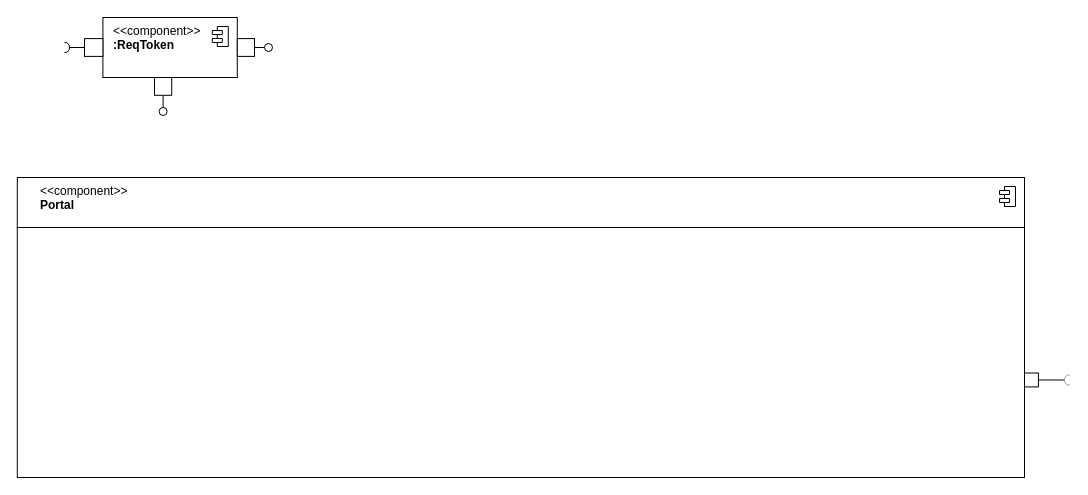
The draw.io diagram JYJ-原子构件-Token.drawio in WFUing/GRADUATION, before the edit. Source tidied: cells renumbered, new cells numbered last; positions are measured from the earlier drawing's top-left corner, leaving out a move shared by most shapes. Both pictures are drawn from the tidied source at 100%, with x=0, y=0 at pixel (17, 17).
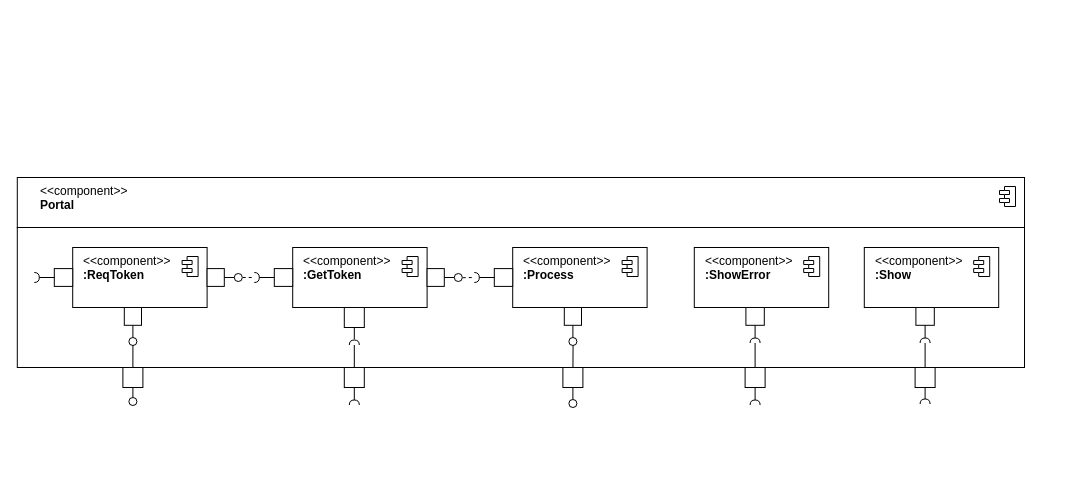
The same page after the edit.

Commit message (it also covers changes not shown here):
更新JYJ-原子构件-Token.drawio

Change to the diagram source:
```diff
@@
-    <mxCell id="2" style="html=1;rounded=0;" parent="1" vertex="1">
-      <mxGeometry x="1007" y="355.5" width="13.9" height="13.9" as="geometry" />
-    </mxCell>
-    <mxCell id="3" style="endArrow=none;html=1;rounded=0;align=center;verticalAlign=top;endFill=0;labelBackgroundColor=none;endSize=2;" parent="1" edge="1" source="2" target="5">
-      <mxGeometry relative="1" as="geometry" />
-    </mxCell>
-    <mxCell id="4" style="edgeStyle=orthogonalEdgeStyle;rounded=0;jettySize=auto;html=1;labelBackgroundColor=none;endArrow=none;endFill=0;" parent="1" edge="1" target="2">
+    <mxCell id="4" style="edgeStyle=orthogonalEdgeStyle;rounded=0;orthogonalLoop=1;jettySize=auto;html=1;labelBackgroundColor=none;endArrow=none;endFill=0;" parent="1" edge="1">
       <mxGeometry relative="1" as="geometry">
-        <mxPoint x="622.8" y="343" as="sourcePoint" />
+        <mxPoint x="612.6" y="313" as="sourcePoint" />
+        <mxPoint x="996.8" y="332" as="targetPoint" />
         <Array as="points">
-          <mxPoint x="937" y="343" />
-          <mxPoint x="937" y="362" />
+          <mxPoint x="926.8" y="313" />
+          <mxPoint x="926.8" y="332" />
         </Array>
       </mxGeometry>
     </mxCell>
-    <mxCell id="5" style="shape=requiredInterface;html=1;fontSize=11;align=center;fillColor=none;points=[];verticalAlign=bottom;labelPosition=center;verticalLabelPosition=top;flipH=1;strokeColor=#999999;" parent="1" vertex="1">
-      <mxGeometry x="1047" y="357.5" width="5" height="10" as="geometry" />
-    </mxCell>
     <mxCell id="6" style="rounded=0;whiteSpace=wrap;html=1;" parent="1" vertex="1">
-      <mxGeometry x="-0.2" y="210" width="1007.2" height="250" as="geometry" />
+      <mxGeometry x="-0.2" y="210" width="1007.2" height="140" as="geometry" />
     </mxCell>
@@
+    <mxCell id="20" style="group;" parent="1" vertex="1">
+      <mxGeometry x="16.8" y="230" width="208" height="98" as="geometry" />
+    </mxCell>
-    <mxCell id="9" value="&lt;div&gt;&amp;lt;&amp;lt;component&amp;gt;&amp;gt;&lt;/div&gt;&lt;div&gt;&lt;b&gt;:ReqToken&lt;/b&gt;&lt;/div&gt;" style="html=1;align=left;spacingLeft=9;verticalAlign=top;" parent="1" vertex="1">
-      <mxGeometry x="85.4" width="134.4" height="60" as="geometry" />
+    <mxCell id="9" value="&lt;div&gt;&amp;lt;&amp;lt;component&amp;gt;&amp;gt;&lt;/div&gt;&lt;div&gt;&lt;b&gt;:ReqToken&lt;/b&gt;&lt;/div&gt;" style="html=1;align=left;spacingLeft=9;verticalAlign=top;" parent="20" vertex="1">
+      <mxGeometry x="38.4" width="134.4" height="60" as="geometry" />
     </mxCell>
-    <mxCell id="10" style="html=1;rounded=0;" parent="1" vertex="1">
-      <mxGeometry x="219.8" y="21.1" width="17.2" height="17.8" as="geometry" />
+    <mxCell id="10" style="html=1;rounded=0;" parent="20" vertex="1">
+      <mxGeometry x="172.8" y="21.1" width="17.2" height="17.8" as="geometry" />
     </mxCell>
-    <mxCell id="11" style="endArrow=none;html=1;rounded=0;align=center;verticalAlign=top;endFill=0;labelBackgroundColor=none;endSize=2;" parent="1" edge="1" source="10" target="12">
+    <mxCell id="11" style="endArrow=none;html=1;rounded=0;align=center;verticalAlign=top;endFill=0;labelBackgroundColor=none;endSize=2;" parent="20" edge="1" source="10" target="12">
       <mxGeometry relative="1" as="geometry" />
     </mxCell>
-    <mxCell id="12" style="ellipse;html=1;fontSize=11;align=center;fillColor=none;points=[];verticalAlign=bottom;labelPosition=center;verticalLabelPosition=top;flipH=1;" parent="1" vertex="1">
-      <mxGeometry x="247" y="26" width="8" height="8" as="geometry" />
+    <mxCell id="12" style="ellipse;html=1;fontSize=11;align=center;fillColor=none;points=[];verticalAlign=bottom;labelPosition=center;verticalLabelPosition=top;flipH=1;" parent="20" vertex="1">
+      <mxGeometry x="200" y="26" width="8" height="8" as="geometry" />
     </mxCell>
-    <mxCell id="13" style="html=1;rounded=0;" parent="1" vertex="1">
-      <mxGeometry x="67" y="21.1" width="18.4" height="17.8" as="geometry" />
+    <mxCell id="13" style="html=1;rounded=0;" parent="20" vertex="1">
+      <mxGeometry x="20" y="21.1" width="18.4" height="17.8" as="geometry" />
     </mxCell>
-    <mxCell id="14" style="endArrow=none;html=1;rounded=0;align=center;verticalAlign=top;endFill=0;labelBackgroundColor=none;endSize=2;" parent="1" edge="1" source="13" target="15">
+    <mxCell id="14" style="endArrow=none;html=1;rounded=0;align=center;verticalAlign=top;endFill=0;labelBackgroundColor=none;endSize=2;" parent="20" edge="1" source="13" target="15">
       <mxGeometry relative="1" as="geometry" />
     </mxCell>
-    <mxCell id="15" style="shape=requiredInterface;html=1;fontSize=11;align=center;fillColor=none;points=[];verticalAlign=bottom;labelPosition=center;verticalLabelPosition=top;flipH=1;rotation=-180;" parent="1" vertex="1">
-      <mxGeometry x="47" y="25" width="5" height="10" as="geometry" />
+    <mxCell id="15" style="shape=requiredInterface;html=1;fontSize=11;align=center;fillColor=none;points=[];verticalAlign=bottom;labelPosition=center;verticalLabelPosition=top;flipH=1;rotation=-180;" parent="20" vertex="1">
+      <mxGeometry y="25" width="5" height="10" as="geometry" />
     </mxCell>
-    <mxCell id="16" style="shape=module;jettyWidth=10;jettyHeight=4;" parent="1" vertex="1">
-      <mxGeometry x="194.8" y="9" width="16" height="20" as="geometry">
+    <mxCell id="16" style="shape=module;jettyWidth=10;jettyHeight=4;" parent="20" vertex="1">
+      <mxGeometry x="147.8" y="9" width="16" height="20" as="geometry">
         <mxPoint x="-25" y="9" as="offset" />
       </mxGeometry>
     </mxCell>
-    <mxCell id="17" style="html=1;rounded=0;" parent="1" vertex="1">
-      <mxGeometry x="137" y="60" width="17.2" height="17.8" as="geometry" />
+    <mxCell id="17" style="html=1;rounded=0;" parent="20" vertex="1">
+      <mxGeometry x="90" y="60" width="17.2" height="17.8" as="geometry" />
     </mxCell>
-    <mxCell id="18" style="endArrow=none;html=1;rounded=0;align=center;verticalAlign=top;endFill=0;labelBackgroundColor=none;endSize=2;" parent="1" edge="1" source="17" target="19">
+    <mxCell id="18" style="endArrow=none;html=1;rounded=0;align=center;verticalAlign=top;endFill=0;labelBackgroundColor=none;endSize=2;" parent="20" edge="1" source="17" target="19">
       <mxGeometry relative="1" as="geometry" />
     </mxCell>
-    <mxCell id="19" style="ellipse;html=1;fontSize=11;align=center;fillColor=none;points=[];verticalAlign=bottom;labelPosition=center;verticalLabelPosition=top;flipH=1;" parent="1" vertex="1">
-      <mxGeometry x="141.6" y="90" width="8" height="8" as="geometry" />
+    <mxCell id="19" style="ellipse;html=1;fontSize=11;align=center;fillColor=none;points=[];verticalAlign=bottom;labelPosition=center;verticalLabelPosition=top;flipH=1;" parent="20" vertex="1">
+      <mxGeometry x="94.6" y="90" width="8" height="8" as="geometry" />
     </mxCell>
+    <mxCell id="21" style="rounded=0;jettySize=auto;html=1;labelBackgroundColor=none;endArrow=none;endFill=0;fontSize=9;dashed=1;exitX=-0.054;exitY=0.499;exitDx=0;exitDy=0;exitPerimeter=0;" parent="1" edge="1" source="12" target="39">
+      <mxGeometry relative="1" as="geometry" />
+    </mxCell>
+    <mxCell id="22" style="rounded=0;jettySize=auto;html=1;labelBackgroundColor=none;endArrow=none;endFill=0;fontSize=9;dashed=1;exitX=-0.059;exitY=0.524;exitDx=0;exitDy=0;exitPerimeter=0;" parent="1" edge="1" source="36" target="27">
+      <mxGeometry relative="1" as="geometry" />
+    </mxCell>
+    <mxCell id="23" style="group;" parent="1" vertex="1">
+      <mxGeometry x="456.8" y="230" width="172.8" height="98" as="geometry" />
+    </mxCell>
+    <mxCell id="24" value="&lt;div&gt;&amp;lt;&amp;lt;component&amp;gt;&amp;gt;&lt;/div&gt;&lt;div&gt;&lt;b&gt;:Process&lt;/b&gt;&lt;/div&gt;" style="html=1;align=left;spacingLeft=9;verticalAlign=top;" parent="23" vertex="1">
+      <mxGeometry x="38.4" width="134.4" height="60" as="geometry" />
+    </mxCell>
+    <mxCell id="25" style="html=1;rounded=0;" parent="23" vertex="1">
+      <mxGeometry x="20" y="21.1" width="18.4" height="17.8" as="geometry" />
+    </mxCell>
+    <mxCell id="26" style="endArrow=none;html=1;rounded=0;align=center;verticalAlign=top;endFill=0;labelBackgroundColor=none;endSize=2;exitX=0;exitY=0.5;exitDx=0;exitDy=0;" parent="23" edge="1" source="25" target="27">
+      <mxGeometry relative="1" as="geometry" />
+    </mxCell>
+    <mxCell id="27" style="shape=requiredInterface;html=1;fontSize=11;align=center;fillColor=none;points=[];verticalAlign=bottom;labelPosition=center;verticalLabelPosition=top;flipH=1;rotation=-180;" parent="23" vertex="1">
+      <mxGeometry y="25" width="5" height="10" as="geometry" />
+    </mxCell>
+    <mxCell id="28" style="shape=module;jettyWidth=10;jettyHeight=4;" parent="23" vertex="1">
+      <mxGeometry x="147.8" y="9" width="16" height="20" as="geometry">
+        <mxPoint x="-25" y="9" as="offset" />
+      </mxGeometry>
+    </mxCell>
+    <mxCell id="29" style="html=1;rounded=0;" parent="23" vertex="1">
+      <mxGeometry x="90" y="60" width="17.2" height="17.8" as="geometry" />
+    </mxCell>
+    <mxCell id="30" style="endArrow=none;html=1;rounded=0;align=center;verticalAlign=top;endFill=0;labelBackgroundColor=none;endSize=2;" parent="23" edge="1" source="29" target="31">
+      <mxGeometry relative="1" as="geometry" />
+    </mxCell>
+    <mxCell id="31" style="ellipse;html=1;fontSize=11;align=center;fillColor=none;points=[];verticalAlign=bottom;labelPosition=center;verticalLabelPosition=top;flipH=1;" parent="23" vertex="1">
+      <mxGeometry x="94.6" y="90" width="8" height="8" as="geometry" />
+    </mxCell>
+    <mxCell id="32" style="group;" parent="1" vertex="1">
+      <mxGeometry x="236.8" y="230" width="208" height="105.5" as="geometry" />
+    </mxCell>
+    <mxCell id="33" value="&lt;div&gt;&amp;lt;&amp;lt;component&amp;gt;&amp;gt;&lt;/div&gt;&lt;div&gt;&lt;b&gt;:GetToken&lt;/b&gt;&lt;/div&gt;" style="html=1;align=left;spacingLeft=9;verticalAlign=top;" parent="32" vertex="1">
+      <mxGeometry x="38.4" width="134.4" height="60" as="geometry" />
+    </mxCell>
+    <mxCell id="34" style="html=1;rounded=0;" parent="32" vertex="1">
+      <mxGeometry x="172.8" y="21.1" width="17.2" height="17.8" as="geometry" />
+    </mxCell>
+    <mxCell id="35" style="endArrow=none;html=1;rounded=0;align=center;verticalAlign=top;endFill=0;labelBackgroundColor=none;endSize=2;" parent="32" edge="1" source="34" target="36">
+      <mxGeometry relative="1" as="geometry" />
+    </mxCell>
+    <mxCell id="36" style="ellipse;html=1;fontSize=11;align=center;fillColor=none;points=[];verticalAlign=bottom;labelPosition=center;verticalLabelPosition=top;flipH=1;" parent="32" vertex="1">
+      <mxGeometry x="200" y="26" width="8" height="8" as="geometry" />
+    </mxCell>
+    <mxCell id="37" style="html=1;rounded=0;" parent="32" vertex="1">
+      <mxGeometry x="20" y="21.1" width="18.4" height="17.8" as="geometry" />
+    </mxCell>
+    <mxCell id="38" style="endArrow=none;html=1;rounded=0;align=center;verticalAlign=top;endFill=0;labelBackgroundColor=none;endSize=2;" parent="32" edge="1" source="37" target="39">
+      <mxGeometry relative="1" as="geometry" />
+    </mxCell>
+    <mxCell id="39" style="shape=requiredInterface;html=1;fontSize=11;align=center;fillColor=none;points=[];verticalAlign=bottom;labelPosition=center;verticalLabelPosition=top;flipH=1;rotation=-180;" parent="32" vertex="1">
+      <mxGeometry y="25" width="5" height="10" as="geometry" />
+    </mxCell>
+    <mxCell id="40" style="shape=module;jettyWidth=10;jettyHeight=4;" parent="32" vertex="1">
+      <mxGeometry x="147.8" y="9" width="16" height="20" as="geometry">
+        <mxPoint x="-25" y="9" as="offset" />
+      </mxGeometry>
+    </mxCell>
+    <mxCell id="41" style="html=1;rounded=0;" parent="32" vertex="1">
+      <mxGeometry x="90" y="60" width="20" height="20" as="geometry" />
+    </mxCell>
+    <mxCell id="42" style="endArrow=none;html=1;rounded=0;align=center;verticalAlign=top;endFill=0;labelBackgroundColor=none;endSize=2;entryX=1.134;entryY=0.5;entryDx=0;entryDy=0;entryPerimeter=0;" parent="32" edge="1" source="41" target="43">
+      <mxGeometry relative="1" as="geometry" />
+    </mxCell>
+    <mxCell id="43" style="shape=requiredInterface;html=1;fontSize=11;align=center;fillColor=none;points=[];verticalAlign=bottom;labelPosition=center;verticalLabelPosition=top;flipH=1;rotation=90;" parent="32" vertex="1">
+      <mxGeometry x="97.5" y="90" width="5" height="10" as="geometry" />
+    </mxCell>
+    <mxCell id="44" style="group;" parent="1" vertex="1">
+      <mxGeometry x="676.8" y="230" width="134.4" height="95.5" as="geometry" />
+    </mxCell>
+    <mxCell id="45" value="&lt;div&gt;&amp;lt;&amp;lt;component&amp;gt;&amp;gt;&lt;/div&gt;&lt;div&gt;&lt;b&gt;:ShowError&lt;/b&gt;&lt;/div&gt;" style="html=1;align=left;spacingLeft=9;verticalAlign=top;" parent="44" vertex="1">
+      <mxGeometry width="134.4" height="60" as="geometry" />
+    </mxCell>
+    <mxCell id="46" style="html=1;rounded=0;" parent="44" vertex="1">
+      <mxGeometry x="51.6" y="60" width="18.4" height="17.8" as="geometry" />
+    </mxCell>
+    <mxCell id="47" style="endArrow=none;html=1;rounded=0;align=center;verticalAlign=top;endFill=0;labelBackgroundColor=none;endSize=2;" parent="44" edge="1" source="46" target="48">
+      <mxGeometry relative="1" as="geometry" />
+    </mxCell>
+    <mxCell id="48" style="shape=requiredInterface;html=1;fontSize=11;align=center;fillColor=none;points=[];verticalAlign=bottom;labelPosition=center;verticalLabelPosition=top;flipH=1;rotation=90;" parent="44" vertex="1">
+      <mxGeometry x="58.3" y="88" width="5" height="10" as="geometry" />
+    </mxCell>
+    <mxCell id="49" style="shape=module;jettyWidth=10;jettyHeight=4;" parent="44" vertex="1">
+      <mxGeometry x="109.4" y="9" width="16" height="20" as="geometry">
+        <mxPoint x="-25" y="9" as="offset" />
+      </mxGeometry>
+    </mxCell>
+    <mxCell id="50" style="group;" parent="1" vertex="1">
+      <mxGeometry x="846.8" y="230" width="134.4" height="95.5" as="geometry" />
+    </mxCell>
+    <mxCell id="51" value="&lt;div&gt;&amp;lt;&amp;lt;component&amp;gt;&amp;gt;&lt;/div&gt;&lt;div&gt;&lt;b&gt;:Show&lt;/b&gt;&lt;/div&gt;" style="html=1;align=left;spacingLeft=9;verticalAlign=top;" parent="50" vertex="1">
+      <mxGeometry width="134.4" height="60" as="geometry" />
+    </mxCell>
+    <mxCell id="52" style="html=1;rounded=0;" parent="50" vertex="1">
+      <mxGeometry x="51.6" y="60" width="18.4" height="17.8" as="geometry" />
+    </mxCell>
+    <mxCell id="53" style="endArrow=none;html=1;rounded=0;align=center;verticalAlign=top;endFill=0;labelBackgroundColor=none;endSize=2;" parent="50" edge="1" source="52" target="54">
+      <mxGeometry relative="1" as="geometry" />
+    </mxCell>
+    <mxCell id="54" style="shape=requiredInterface;html=1;fontSize=11;align=center;fillColor=none;points=[];verticalAlign=bottom;labelPosition=center;verticalLabelPosition=top;flipH=1;rotation=90;" parent="50" vertex="1">
+      <mxGeometry x="58.3" y="88" width="5" height="10" as="geometry" />
+    </mxCell>
+    <mxCell id="55" style="shape=module;jettyWidth=10;jettyHeight=4;" parent="50" vertex="1">
+      <mxGeometry x="109.4" y="9" width="16" height="20" as="geometry">
+        <mxPoint x="-25" y="9" as="offset" />
+      </mxGeometry>
+    </mxCell>
+    <mxCell id="56" style="html=1;rounded=0;" parent="1" vertex="1">
+      <mxGeometry x="105.4" y="350" width="20" height="20" as="geometry" />
+    </mxCell>
+    <mxCell id="57" style="endArrow=none;html=1;rounded=0;align=center;verticalAlign=top;endFill=0;labelBackgroundColor=none;endSize=2;" parent="1" edge="1" source="56" target="58">
+      <mxGeometry relative="1" as="geometry" />
+    </mxCell>
+    <mxCell id="58" style="ellipse;html=1;fontSize=11;align=center;fillColor=none;points=[];verticalAlign=bottom;labelPosition=center;verticalLabelPosition=top;flipH=1;" parent="1" vertex="1">
+      <mxGeometry x="111.4" y="380" width="8" height="8" as="geometry" />
+    </mxCell>
+    <mxCell id="59" style="endArrow=none;html=1;rounded=0;align=center;verticalAlign=top;endFill=0;labelBackgroundColor=none;endSize=2;exitX=0.498;exitY=0.971;exitDx=0;exitDy=0;exitPerimeter=0;entryX=0.5;entryY=0;entryDx=0;entryDy=0;" parent="1" edge="1" source="19" target="56">
+      <mxGeometry relative="1" as="geometry" />
+    </mxCell>
+    <mxCell id="60" style="html=1;rounded=0;" parent="1" vertex="1">
+      <mxGeometry x="326.8" y="350" width="20" height="20" as="geometry" />
+    </mxCell>
+    <mxCell id="61" style="endArrow=none;html=1;rounded=0;align=center;verticalAlign=top;endFill=0;labelBackgroundColor=none;endSize=2;" parent="1" edge="1" source="60" target="62">
+      <mxGeometry relative="1" as="geometry" />
+    </mxCell>
+    <mxCell id="62" style="shape=requiredInterface;html=1;fontSize=11;align=center;fillColor=none;points=[];verticalAlign=bottom;labelPosition=center;verticalLabelPosition=top;flipH=1;rotation=90;" parent="1" vertex="1">
+      <mxGeometry x="334.3" y="380" width="5" height="10" as="geometry" />
+    </mxCell>
+    <mxCell id="63" style="endArrow=none;html=1;rounded=0;align=center;verticalAlign=top;endFill=0;labelBackgroundColor=none;endSize=2;" parent="1" edge="1" source="43" target="60">
+      <mxGeometry relative="1" as="geometry" />
+    </mxCell>
+    <mxCell id="64" style="html=1;rounded=0;" parent="1" vertex="1">
+      <mxGeometry x="545.4" y="350" width="20" height="20" as="geometry" />
+    </mxCell>
+    <mxCell id="65" style="endArrow=none;html=1;rounded=0;align=center;verticalAlign=top;endFill=0;labelBackgroundColor=none;endSize=2;" parent="1" edge="1" source="64" target="66">
+      <mxGeometry relative="1" as="geometry" />
+    </mxCell>
+    <mxCell id="66" style="ellipse;html=1;fontSize=11;align=center;fillColor=none;points=[];verticalAlign=bottom;labelPosition=center;verticalLabelPosition=top;flipH=1;" parent="1" vertex="1">
+      <mxGeometry x="551.4" y="382" width="8" height="8" as="geometry" />
+    </mxCell>
+    <mxCell id="67" style="endArrow=none;html=1;rounded=0;align=center;verticalAlign=top;endFill=0;labelBackgroundColor=none;endSize=2;exitX=0.479;exitY=1.009;exitDx=0;exitDy=0;exitPerimeter=0;" parent="1" edge="1" source="31" target="64">
+      <mxGeometry relative="1" as="geometry" />
+    </mxCell>
+    <mxCell id="68" style="html=1;rounded=0;" parent="1" vertex="1">
+      <mxGeometry x="727.6" y="350" width="20" height="20" as="geometry" />
+    </mxCell>
+    <mxCell id="69" style="endArrow=none;html=1;rounded=0;align=center;verticalAlign=top;endFill=0;labelBackgroundColor=none;endSize=2;" parent="1" edge="1" source="68" target="70">
+      <mxGeometry relative="1" as="geometry" />
+    </mxCell>
+    <mxCell id="70" style="shape=requiredInterface;html=1;fontSize=11;align=center;fillColor=none;points=[];verticalAlign=bottom;labelPosition=center;verticalLabelPosition=top;flipH=1;rotation=90;" parent="1" vertex="1">
+      <mxGeometry x="735.1" y="380" width="5" height="10" as="geometry" />
+    </mxCell>
+    <mxCell id="71" style="endArrow=none;html=1;rounded=0;align=center;verticalAlign=top;endFill=0;labelBackgroundColor=none;endSize=2;entryX=0.5;entryY=0;entryDx=0;entryDy=0;" parent="1" edge="1" source="48" target="68">
+      <mxGeometry relative="1" as="geometry" />
+    </mxCell>
+    <mxCell id="72" style="html=1;rounded=0;" parent="1" vertex="1">
+      <mxGeometry x="897.6" y="350" width="20" height="20" as="geometry" />
+    </mxCell>
+    <mxCell id="73" style="endArrow=none;html=1;rounded=0;align=center;verticalAlign=top;endFill=0;labelBackgroundColor=none;endSize=2;" parent="1" edge="1" source="72" target="74">
+      <mxGeometry relative="1" as="geometry" />
+    </mxCell>
+    <mxCell id="74" style="shape=requiredInterface;html=1;fontSize=11;align=center;fillColor=none;points=[];verticalAlign=bottom;labelPosition=center;verticalLabelPosition=top;flipH=1;rotation=90;" parent="1" vertex="1">
+      <mxGeometry x="905.1" y="379" width="5" height="10" as="geometry" />
+    </mxCell>
+    <mxCell id="75" style="endArrow=none;html=1;rounded=0;align=center;verticalAlign=top;endFill=0;labelBackgroundColor=none;endSize=2;entryX=0.5;entryY=0;entryDx=0;entryDy=0;" parent="1" edge="1" source="54" target="72">
+      <mxGeometry relative="1" as="geometry" />
+    </mxCell>
```
